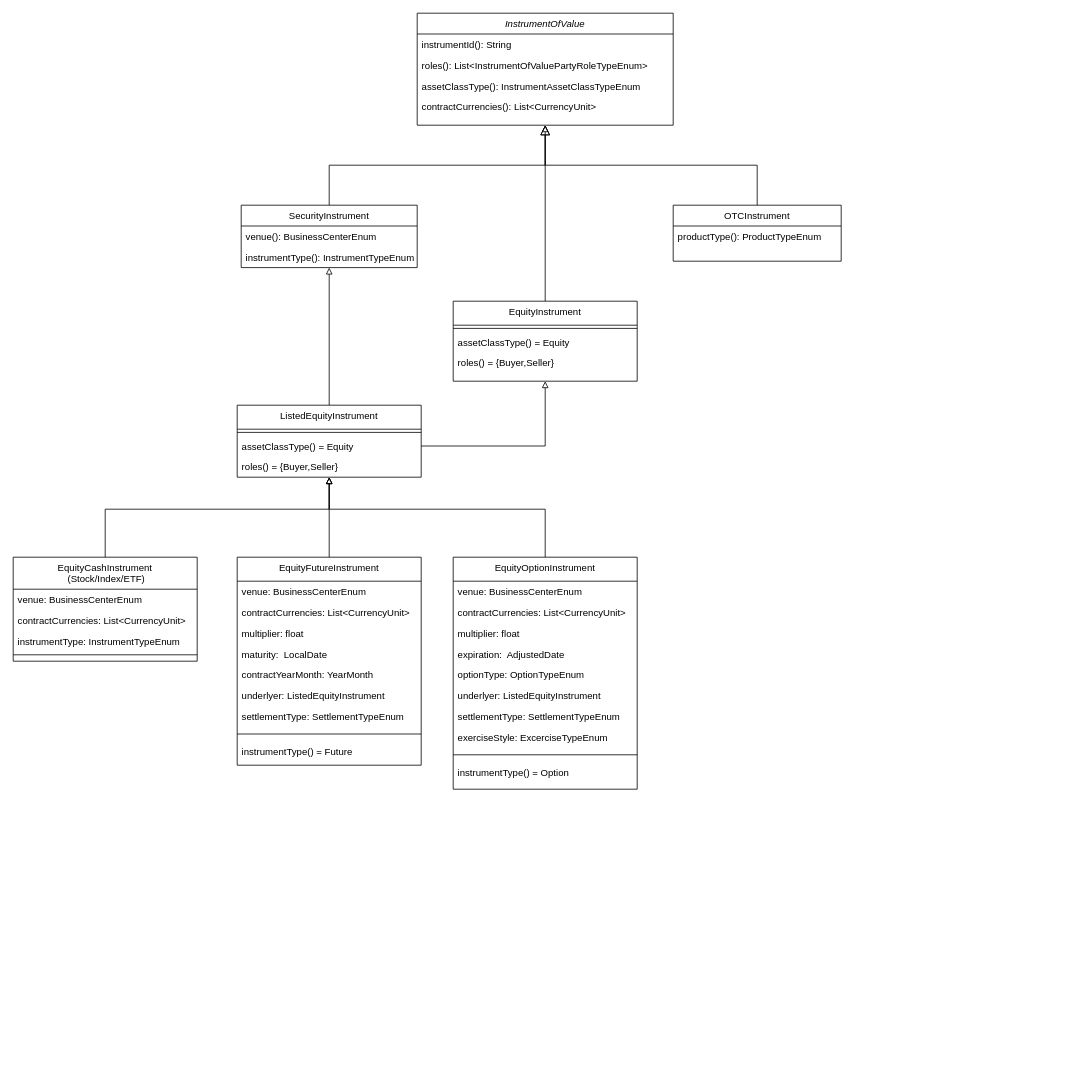
Above: page "Instrument" (1 of 2) of risk-engine-data.drawio in blshao84/VaRReportingSys (draw.io), before the change. Source tidied: cells renumbered, new cells numbered last; positions are measured from the earlier drawing's top-left corner, leaving out a move shared by most shapes. Both pictures are drawn from the tidied source at 80%, with x=0, y=0 at pixel (13, 13).
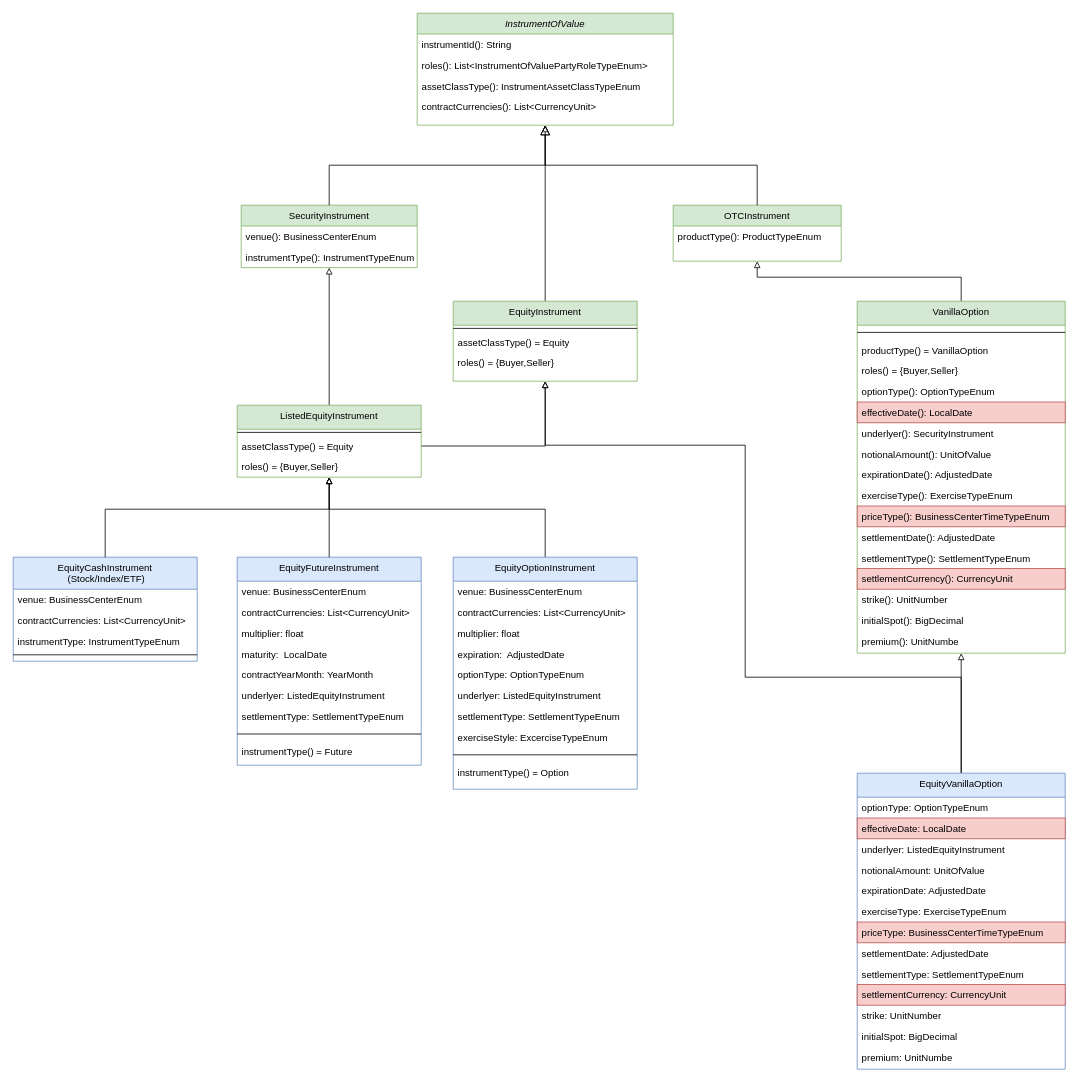
The same page after the edit.

Diff of the diagram source:
```diff
@@
-    <mxCell id="3" value="InstrumentOfValue" style="swimlane;fontStyle=2;align=center;verticalAlign=top;horizontal=1;startSize=26;rounded=0;shadow=0;strokeWidth=1;" parent="1" vertex="1">
+    <mxCell id="3" value="InstrumentOfValue" style="swimlane;fontStyle=2;align=center;verticalAlign=top;horizontal=1;startSize=26;rounded=0;shadow=0;strokeWidth=1;fillColor=#d5e8d4;strokeColor=#82b366;" parent="1" vertex="1">
       <mxGeometry x="505" width="320" height="140" as="geometry" />
     </mxCell>
@@
-    <mxCell id="9" value="SecurityInstrument" style="swimlane;fontStyle=0;align=center;verticalAlign=top;horizontal=1;startSize=26;rounded=0;shadow=0;strokeWidth=1;" parent="1" vertex="1">
+    <mxCell id="9" value="SecurityInstrument" style="swimlane;fontStyle=0;align=center;verticalAlign=top;horizontal=1;startSize=26;rounded=0;shadow=0;strokeWidth=1;fillColor=#d5e8d4;strokeColor=#82b366;" parent="1" vertex="1">
       <mxGeometry x="285" y="240" width="220" height="78" as="geometry" />
     </mxCell>
@@
-    <mxCell id="13" value="EquityCashInstrument&#10; (Stock/Index/ETF)" style="swimlane;fontStyle=0;align=center;verticalAlign=top;horizontal=1;startSize=40;rounded=0;shadow=0;strokeWidth=1;" parent="1" vertex="1">
+    <mxCell id="13" value="EquityCashInstrument&#10; (Stock/Index/ETF)" style="swimlane;fontStyle=0;align=center;verticalAlign=top;horizontal=1;startSize=40;rounded=0;shadow=0;strokeWidth=1;fillColor=#dae8fc;strokeColor=#6c8ebf;" parent="1" vertex="1">
       <mxGeometry y="680" width="230" height="130" as="geometry" />
     </mxCell>
@@
+    <mxCell id="54" style="edgeStyle=orthogonalEdgeStyle;rounded=0;jettySize=auto;html=1;startArrow=block;startFill=0;endArrow=none;endFill=0;" parent="1" edge="1" source="18" target="57">
+      <mxGeometry relative="1" as="geometry">
+        <Array as="points">
+          <mxPoint x="930" y="330" />
+          <mxPoint x="1185" y="330" />
+        </Array>
+      </mxGeometry>
+    </mxCell>
-    <mxCell id="18" value="OTCInstrument" style="swimlane;fontStyle=0;align=center;verticalAlign=top;horizontal=1;startSize=26;rounded=0;shadow=0;strokeWidth=1;" parent="1" vertex="1">
+    <mxCell id="18" value="OTCInstrument" style="swimlane;fontStyle=0;align=center;verticalAlign=top;horizontal=1;startSize=26;rounded=0;shadow=0;strokeWidth=1;fillColor=#d5e8d4;strokeColor=#82b366;" parent="1" vertex="1">
       <mxGeometry x="825" y="240" width="210" height="70" as="geometry" />
     </mxCell>
@@
-    <mxCell id="21" value="EquityFutureInstrument" style="swimlane;fontStyle=0;align=center;verticalAlign=top;horizontal=1;startSize=30;rounded=0;shadow=0;strokeWidth=1;" parent="1" vertex="1">
+    <mxCell id="21" value="EquityFutureInstrument" style="swimlane;fontStyle=0;align=center;verticalAlign=top;horizontal=1;startSize=30;rounded=0;shadow=0;strokeWidth=1;fillColor=#dae8fc;strokeColor=#6c8ebf;" parent="1" vertex="1">
       <mxGeometry x="280" y="680" width="230" height="260" as="geometry" />
     </mxCell>
@@
+    <mxCell id="55" style="edgeStyle=orthogonalEdgeStyle;rounded=0;jettySize=auto;html=1;entryX=0.5;entryY=0;entryDx=0;entryDy=0;startArrow=block;startFill=0;endArrow=none;endFill=0;" parent="1" edge="1" source="32" target="74">
+      <mxGeometry relative="1" as="geometry">
+        <Array as="points">
+          <mxPoint x="665" y="540" />
+          <mxPoint x="915" y="540" />
+          <mxPoint x="915" y="830" />
+          <mxPoint x="1185" y="830" />
+        </Array>
+      </mxGeometry>
+    </mxCell>
-    <mxCell id="32" value="EquityInstrument" style="swimlane;fontStyle=0;align=center;verticalAlign=top;horizontal=1;startSize=30;rounded=0;shadow=0;strokeWidth=1;" parent="1" vertex="1">
+    <mxCell id="32" value="EquityInstrument" style="swimlane;fontStyle=0;align=center;verticalAlign=top;horizontal=1;startSize=30;rounded=0;shadow=0;strokeWidth=1;fillColor=#d5e8d4;strokeColor=#82b366;" parent="1" vertex="1">
       <mxGeometry x="550" y="360" width="230" height="100" as="geometry" />
     </mxCell>
@@
-    <mxCell id="39" value="ListedEquityInstrument" style="swimlane;fontStyle=0;align=center;verticalAlign=top;horizontal=1;startSize=30;rounded=0;shadow=0;strokeWidth=1;" parent="1" vertex="1">
+    <mxCell id="39" value="ListedEquityInstrument" style="swimlane;fontStyle=0;align=center;verticalAlign=top;horizontal=1;startSize=30;rounded=0;shadow=0;strokeWidth=1;fillColor=#d5e8d4;strokeColor=#82b366;" parent="1" vertex="1">
       <mxGeometry x="280" y="490" width="230" height="90" as="geometry" />
     </mxCell>
@@
-    <mxCell id="43" value="EquityOptionInstrument" style="swimlane;fontStyle=0;align=center;verticalAlign=top;horizontal=1;startSize=30;rounded=0;shadow=0;strokeWidth=1;" parent="1" vertex="1">
+    <mxCell id="43" value="EquityOptionInstrument" style="swimlane;fontStyle=0;align=center;verticalAlign=top;horizontal=1;startSize=30;rounded=0;shadow=0;strokeWidth=1;fillColor=#dae8fc;strokeColor=#6c8ebf;" parent="1" vertex="1">
       <mxGeometry x="550" y="680" width="230" height="290" as="geometry" />
     </mxCell>
@@
+    <mxCell id="56" style="edgeStyle=orthogonalEdgeStyle;rounded=0;jettySize=auto;html=1;startArrow=block;startFill=0;endArrow=none;endFill=0;entryX=0.5;entryY=0;entryDx=0;entryDy=0;" parent="1" edge="1" source="57" target="74">
+      <mxGeometry relative="1" as="geometry" />
+    </mxCell>
+    <mxCell id="57" value="VanillaOption" style="swimlane;fontStyle=0;align=center;verticalAlign=top;horizontal=1;startSize=30;rounded=0;shadow=0;strokeWidth=1;fillColor=#d5e8d4;strokeColor=#82b366;" parent="1" vertex="1">
+      <mxGeometry x="1055" y="360" width="260" height="440" as="geometry" />
+    </mxCell>
+    <mxCell id="58" style="line;html=1;strokeWidth=1;align=left;verticalAlign=middle;spacingTop=-1;spacingLeft=3;spacingRight=3;labelPosition=right;" parent="57" vertex="1">
+      <mxGeometry y="30" width="260" height="18" as="geometry" />
+    </mxCell>
+    <mxCell id="59" value="productType() = VanillaOption" style="text;align=left;verticalAlign=top;spacingLeft=4;spacingRight=4;overflow=hidden;" parent="57" vertex="1">
+      <mxGeometry y="48" width="260" height="26" as="geometry" />
+    </mxCell>
+    <mxCell id="60" value="roles() = {Buyer,Seller}" style="text;align=left;verticalAlign=top;spacingLeft=4;spacingRight=4;overflow=hidden;" parent="57" vertex="1">
+      <mxGeometry y="74" width="260" height="26" as="geometry" />
+    </mxCell>
+    <mxCell id="61" value="optionType(): OptionTypeEnum" style="text;align=left;verticalAlign=top;spacingLeft=4;spacingRight=4;overflow=hidden;" parent="57" vertex="1">
+      <mxGeometry y="100" width="260" height="26" as="geometry" />
+    </mxCell>
+    <mxCell id="62" value="effectiveDate(): LocalDate" style="text;align=left;verticalAlign=top;spacingLeft=4;spacingRight=4;overflow=hidden;fillColor=#f8cecc;strokeColor=#b85450;" parent="57" vertex="1">
+      <mxGeometry y="126" width="260" height="26" as="geometry" />
+    </mxCell>
+    <mxCell id="63" value="underlyer(): SecurityInstrument" style="text;align=left;verticalAlign=top;spacingLeft=4;spacingRight=4;overflow=hidden;" parent="57" vertex="1">
+      <mxGeometry y="152" width="260" height="26" as="geometry" />
+    </mxCell>
+    <mxCell id="64" value="notionalAmount(): UnitOfValue" style="text;align=left;verticalAlign=top;spacingLeft=4;spacingRight=4;overflow=hidden;" parent="57" vertex="1">
+      <mxGeometry y="178" width="260" height="26" as="geometry" />
+    </mxCell>
+    <mxCell id="65" value="expirationDate(): AdjustedDate" style="text;align=left;verticalAlign=top;spacingLeft=4;spacingRight=4;overflow=hidden;" parent="57" vertex="1">
+      <mxGeometry y="204" width="260" height="26" as="geometry" />
+    </mxCell>
+    <mxCell id="66" value="exerciseType(): ExerciseTypeEnum" style="text;align=left;verticalAlign=top;spacingLeft=4;spacingRight=4;overflow=hidden;" parent="57" vertex="1">
+      <mxGeometry y="230" width="260" height="26" as="geometry" />
+    </mxCell>
+    <mxCell id="67" value="priceType(): BusinessCenterTimeTypeEnum" style="text;align=left;verticalAlign=top;spacingLeft=4;spacingRight=4;overflow=hidden;fillColor=#f8cecc;strokeColor=#b85450;" parent="57" vertex="1">
+      <mxGeometry y="256" width="260" height="26" as="geometry" />
+    </mxCell>
+    <mxCell id="68" value="settlementDate(): AdjustedDate&#10;" style="text;align=left;verticalAlign=top;spacingLeft=4;spacingRight=4;overflow=hidden;" parent="57" vertex="1">
+      <mxGeometry y="282" width="260" height="26" as="geometry" />
+    </mxCell>
+    <mxCell id="69" value="settlementType(): SettlementTypeEnum" style="text;align=left;verticalAlign=top;spacingLeft=4;spacingRight=4;overflow=hidden;" parent="57" vertex="1">
+      <mxGeometry y="308" width="260" height="26" as="geometry" />
+    </mxCell>
+    <mxCell id="70" value="settlementCurrency(): CurrencyUnit" style="text;align=left;verticalAlign=top;spacingLeft=4;spacingRight=4;overflow=hidden;fillColor=#f8cecc;strokeColor=#b85450;" parent="57" vertex="1">
+      <mxGeometry y="334" width="260" height="26" as="geometry" />
+    </mxCell>
+    <mxCell id="71" value="strike(): UnitNumber" style="text;align=left;verticalAlign=top;spacingLeft=4;spacingRight=4;overflow=hidden;" parent="57" vertex="1">
+      <mxGeometry y="360" width="260" height="26" as="geometry" />
+    </mxCell>
+    <mxCell id="72" value="initialSpot(): BigDecimal" style="text;align=left;verticalAlign=top;spacingLeft=4;spacingRight=4;overflow=hidden;" parent="57" vertex="1">
+      <mxGeometry y="386" width="260" height="26" as="geometry" />
+    </mxCell>
+    <mxCell id="73" value="premium(): UnitNumbe" style="text;align=left;verticalAlign=top;spacingLeft=4;spacingRight=4;overflow=hidden;" parent="57" vertex="1">
+      <mxGeometry y="412" width="260" height="26" as="geometry" />
+    </mxCell>
+    <mxCell id="74" value="EquityVanillaOption" style="swimlane;fontStyle=0;align=center;verticalAlign=top;horizontal=1;startSize=30;rounded=0;shadow=0;strokeWidth=1;fillColor=#dae8fc;strokeColor=#6c8ebf;" parent="1" vertex="1">
+      <mxGeometry x="1055" y="950" width="260" height="370" as="geometry" />
+    </mxCell>
+    <mxCell id="75" value="optionType: OptionTypeEnum" style="text;align=left;verticalAlign=top;spacingLeft=4;spacingRight=4;overflow=hidden;" parent="74" vertex="1">
+      <mxGeometry y="30" width="260" height="26" as="geometry" />
+    </mxCell>
+    <mxCell id="76" value="effectiveDate: LocalDate" style="text;align=left;verticalAlign=top;spacingLeft=4;spacingRight=4;overflow=hidden;fillColor=#f8cecc;strokeColor=#b85450;" parent="74" vertex="1">
+      <mxGeometry y="56" width="260" height="26" as="geometry" />
+    </mxCell>
+    <mxCell id="77" value="underlyer: ListedEquityInstrument" style="text;align=left;verticalAlign=top;spacingLeft=4;spacingRight=4;overflow=hidden;" parent="74" vertex="1">
+      <mxGeometry y="82" width="260" height="26" as="geometry" />
+    </mxCell>
+    <mxCell id="78" value="notionalAmount: UnitOfValue" style="text;align=left;verticalAlign=top;spacingLeft=4;spacingRight=4;overflow=hidden;" parent="74" vertex="1">
+      <mxGeometry y="108" width="260" height="26" as="geometry" />
+    </mxCell>
+    <mxCell id="79" value="expirationDate: AdjustedDate" style="text;align=left;verticalAlign=top;spacingLeft=4;spacingRight=4;overflow=hidden;" parent="74" vertex="1">
+      <mxGeometry y="134" width="260" height="26" as="geometry" />
+    </mxCell>
+    <mxCell id="80" value="exerciseType: ExerciseTypeEnum" style="text;align=left;verticalAlign=top;spacingLeft=4;spacingRight=4;overflow=hidden;" parent="74" vertex="1">
+      <mxGeometry y="160" width="260" height="26" as="geometry" />
+    </mxCell>
+    <mxCell id="81" value="priceType: BusinessCenterTimeTypeEnum" style="text;align=left;verticalAlign=top;spacingLeft=4;spacingRight=4;overflow=hidden;fillColor=#f8cecc;strokeColor=#b85450;" parent="74" vertex="1">
+      <mxGeometry y="186" width="260" height="26" as="geometry" />
+    </mxCell>
+    <mxCell id="82" value="settlementDate: AdjustedDate&#10;" style="text;align=left;verticalAlign=top;spacingLeft=4;spacingRight=4;overflow=hidden;" parent="74" vertex="1">
+      <mxGeometry y="212" width="260" height="26" as="geometry" />
+    </mxCell>
+    <mxCell id="83" value="settlementType: SettlementTypeEnum" style="text;align=left;verticalAlign=top;spacingLeft=4;spacingRight=4;overflow=hidden;" parent="74" vertex="1">
+      <mxGeometry y="238" width="260" height="26" as="geometry" />
+    </mxCell>
+    <mxCell id="84" value="settlementCurrency: CurrencyUnit" style="text;align=left;verticalAlign=top;spacingLeft=4;spacingRight=4;overflow=hidden;fillColor=#f8cecc;strokeColor=#b85450;" parent="74" vertex="1">
+      <mxGeometry y="264" width="260" height="26" as="geometry" />
+    </mxCell>
+    <mxCell id="85" value="strike: UnitNumber" style="text;align=left;verticalAlign=top;spacingLeft=4;spacingRight=4;overflow=hidden;" parent="74" vertex="1">
+      <mxGeometry y="290" width="260" height="26" as="geometry" />
+    </mxCell>
+    <mxCell id="86" value="initialSpot: BigDecimal" style="text;align=left;verticalAlign=top;spacingLeft=4;spacingRight=4;overflow=hidden;" parent="74" vertex="1">
+      <mxGeometry y="316" width="260" height="26" as="geometry" />
+    </mxCell>
+    <mxCell id="87" value="premium: UnitNumbe" style="text;align=left;verticalAlign=top;spacingLeft=4;spacingRight=4;overflow=hidden;" parent="74" vertex="1">
+      <mxGeometry y="342" width="260" height="26" as="geometry" />
+    </mxCell>
```
